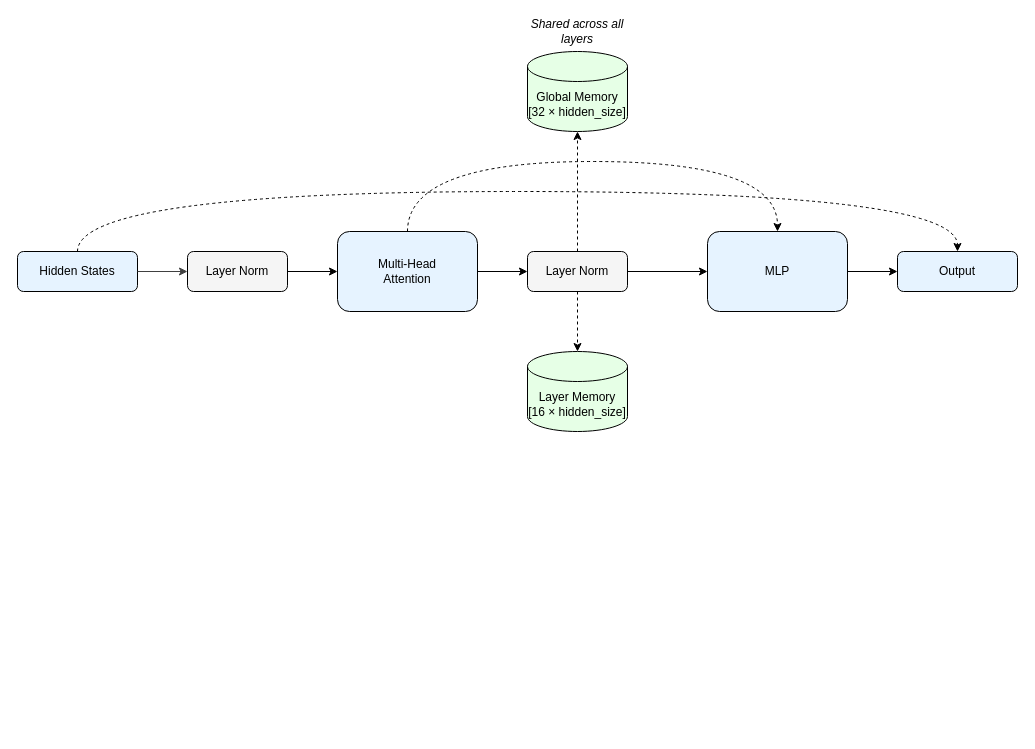
The draw.io diagram Memory Module Integration Diagram.drawio in nomadicsynth/neon-transformer, before the edit. Source tidied: cells renumbered, new cells numbered last; positions are measured from the earlier drawing's top-left corner, leaving out a move shared by most shapes. Both pictures are drawn from the tidied source at 100%, with x=0, y=0 at pixel (17, 21).
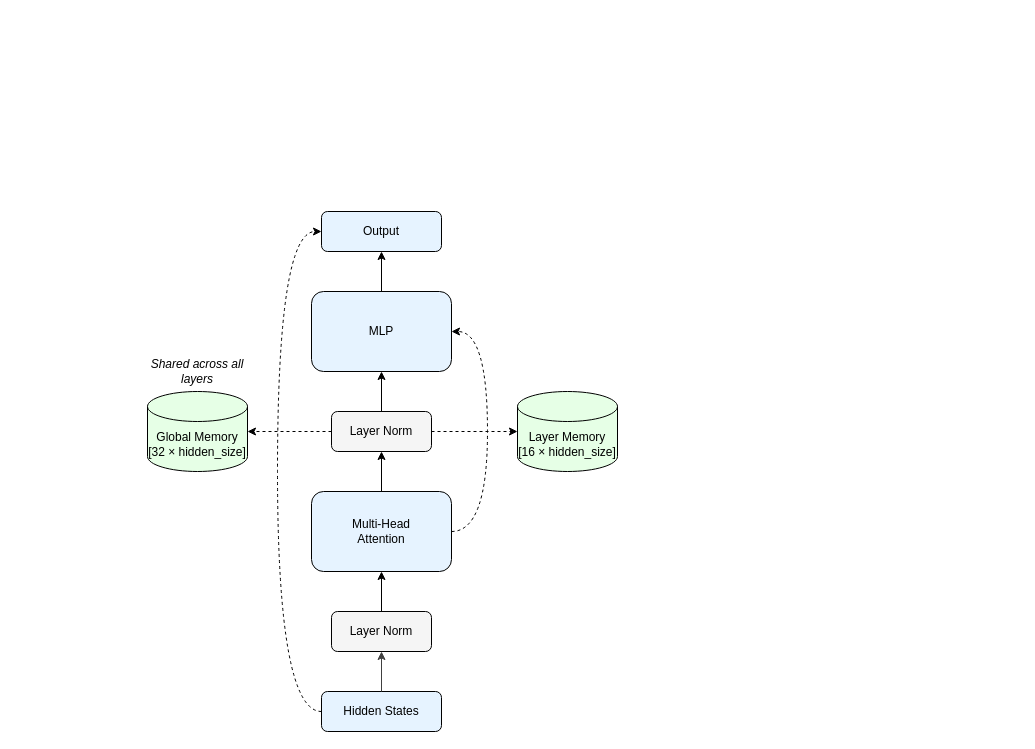
The same diagram, later.

What changed in the source:
```diff
@@
-    <mxCell id="2" style="edgeStyle=orthogonalEdgeStyle;rounded=0;jettySize=auto;html=1;entryX=0.5;entryY=0;entryDx=0;entryDy=0;curved=1;dashed=1;" parent="1" edge="1" source="3" target="16">
+    <mxCell id="2" style="edgeStyle=orthogonalEdgeStyle;rounded=0;jettySize=auto;html=1;entryX=0;entryY=0.5;entryDx=0;entryDy=0;curved=1;dashed=1;exitX=0;exitY=0.5;exitDx=0;exitDy=0;" parent="1" edge="1" source="3" target="16">
       <mxGeometry relative="1" as="geometry">
         <Array as="points">
-          <mxPoint x="60" y="170" />
-          <mxPoint x="940" y="170" />
+          <mxPoint x="260" y="690" />
+          <mxPoint x="260" y="210" />
         </Array>
       </mxGeometry>
     </mxCell>
     <mxCell id="3" value="Hidden States" style="rounded=1;whiteSpace=wrap;html=1;fillColor=#E6F3FF;strokeColor=#000000;" parent="1" vertex="1">
-      <mxGeometry y="230" width="120" height="40" as="geometry" />
+      <mxGeometry x="304" y="670" width="120" height="40" as="geometry" />
     </mxCell>
@@
     <mxCell id="5" value="Layer Norm" style="rounded=1;whiteSpace=wrap;html=1;fillColor=#F5F5F5;strokeColor=#000000;" parent="1" vertex="1">
-      <mxGeometry x="170" y="230" width="100" height="40" as="geometry" />
+      <mxGeometry x="314" y="590" width="100" height="40" as="geometry" />
     </mxCell>
-    <mxCell id="6" style="edgeStyle=orthogonalEdgeStyle;rounded=0;jettySize=auto;html=1;entryX=0;entryY=0.5;entryDx=0;entryDy=0;" parent="1" edge="1" source="8" target="12">
+    <mxCell id="6" style="edgeStyle=orthogonalEdgeStyle;rounded=0;jettySize=auto;html=1;entryX=0.5;entryY=1;entryDx=0;entryDy=0;" parent="1" edge="1" source="8" target="12">
       <mxGeometry relative="1" as="geometry" />
     </mxCell>
-    <mxCell id="7" style="edgeStyle=orthogonalEdgeStyle;rounded=0;jettySize=auto;html=1;entryX=0.5;entryY=0;entryDx=0;entryDy=0;curved=1;dashed=1;" parent="1" edge="1" source="8" target="15">
+    <mxCell id="7" style="edgeStyle=orthogonalEdgeStyle;rounded=0;jettySize=auto;html=1;entryX=1;entryY=0.5;entryDx=0;entryDy=0;curved=1;dashed=1;exitX=1;exitY=0.5;exitDx=0;exitDy=0;" parent="1" edge="1" source="8" target="15">
       <mxGeometry relative="1" as="geometry">
         <Array as="points">
-          <mxPoint x="390" y="140" />
-          <mxPoint x="760" y="140" />
+          <mxPoint x="470" y="510" />
+          <mxPoint x="470" y="310" />
         </Array>
       </mxGeometry>
     </mxCell>
     <mxCell id="8" value="Multi-Head&#10;Attention" style="rounded=1;whiteSpace=wrap;html=1;fillColor=#E6F3FF;strokeColor=#000000;" parent="1" vertex="1">
-      <mxGeometry x="320" y="210" width="140" height="80" as="geometry" />
+      <mxGeometry x="294" y="470" width="140" height="80" as="geometry" />
     </mxCell>
@@
     <mxCell id="12" value="Layer Norm" style="rounded=1;whiteSpace=wrap;html=1;fillColor=#F5F5F5;strokeColor=#000000;" parent="1" vertex="1">
-      <mxGeometry x="510" y="230" width="100" height="40" as="geometry" />
+      <mxGeometry x="314" y="390" width="100" height="40" as="geometry" />
     </mxCell>
     <mxCell id="13" value="Layer Memory&#10;[16 × hidden_size]" style="shape=cylinder3;whiteSpace=wrap;html=1;boundedLbl=1;backgroundOutline=1;size=15;fillColor=#E6FFE6;strokeColor=#000000;" parent="1" vertex="1">
-      <mxGeometry x="510" y="330" width="100" height="80" as="geometry" />
+      <mxGeometry x="500" y="370" width="100" height="80" as="geometry" />
     </mxCell>
@@
     <mxCell id="15" value="MLP" style="rounded=1;whiteSpace=wrap;html=1;fillColor=#E6F3FF;strokeColor=#000000;" parent="1" vertex="1">
-      <mxGeometry x="690" y="210" width="140" height="80" as="geometry" />
+      <mxGeometry x="294" y="270" width="140" height="80" as="geometry" />
     </mxCell>
     <mxCell id="16" value="Output" style="rounded=1;whiteSpace=wrap;html=1;fillColor=#E6F3FF;strokeColor=#000000;" parent="1" vertex="1">
-      <mxGeometry x="880" y="230" width="120" height="40" as="geometry" />
+      <mxGeometry x="304" y="190" width="120" height="40" as="geometry" />
     </mxCell>
@@
     <mxCell id="18" style="group;" parent="1" vertex="1">
-      <mxGeometry x="510" width="100" height="110" as="geometry" />
+      <mxGeometry x="130" y="340" width="100" height="110" as="geometry" />
     </mxCell>
```
